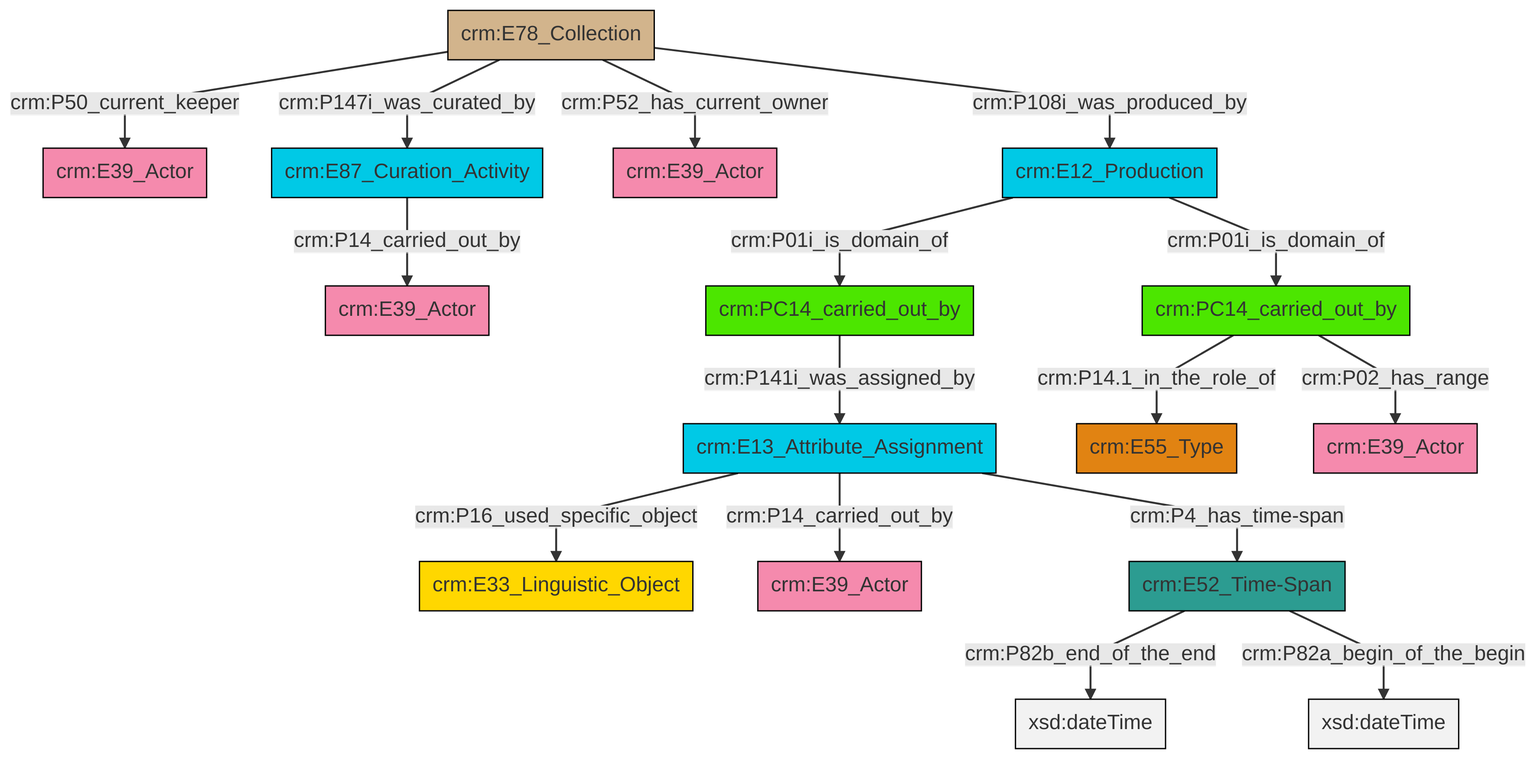
The Mermaid diagram et/archivalCSV/ttl/mmd/png/archival_relation.png in swiss-art-research-net/docs.swissartresearch, before a commit. Its source is kept beside it as et/archivalCSV/ttl/mmd/archival_relation.ttl.mmd.
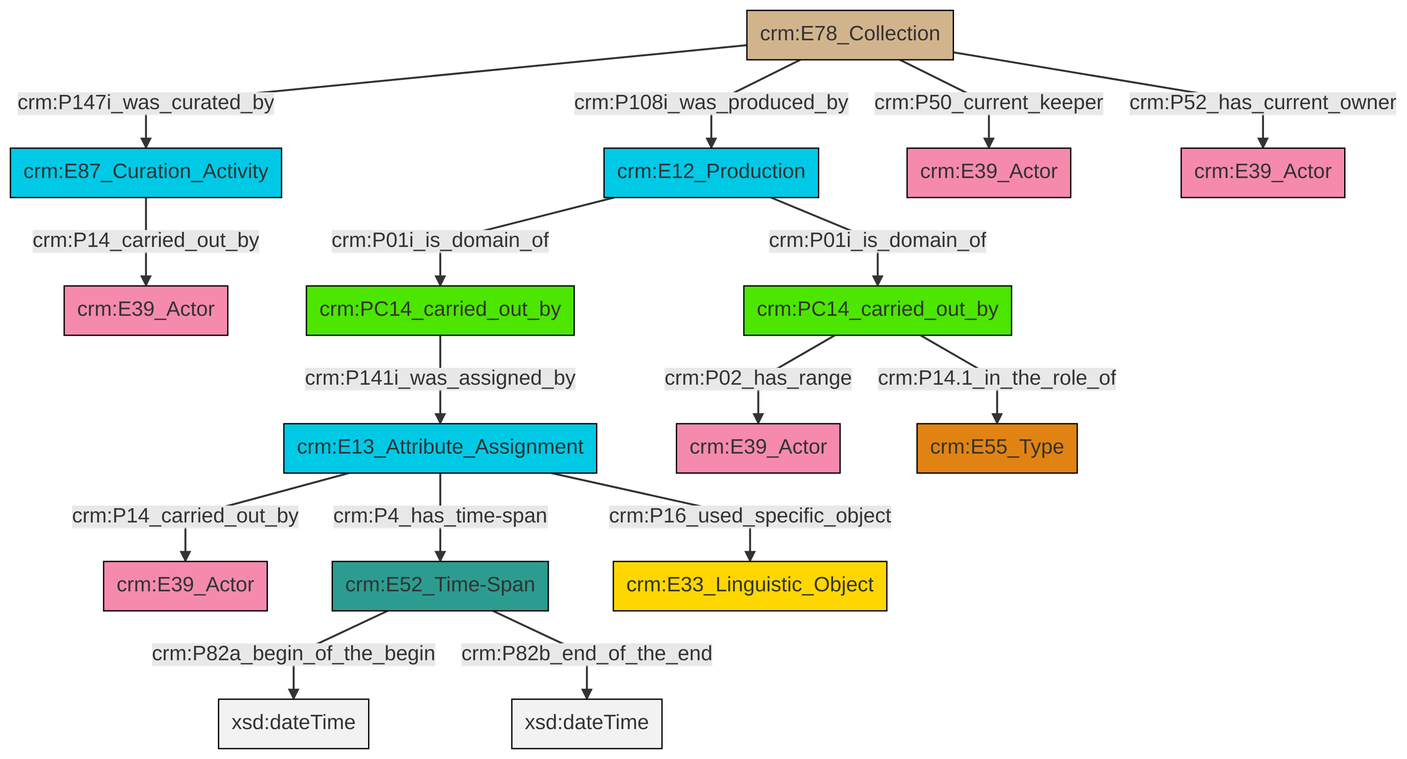
Above is the later version.

Diff of the diagram source:
```diff
@@ -13,18 +13,18 @@
 classDef PC_Classes fill:#4ce600, stroke:#000000;
 classDef Multi fill:#cccccc,stroke:#000000;
 
-2["crm:PC14_carried_out_by"]:::PC_Classes -->|crm:P141i_was_assigned_by| 0["crm:E13_Attribute_Assignment"]:::Temporal_Entity
-7["crm:E78_Collection"]:::Physical_Thing -->|crm:P50_current_keeper| 8["crm:E39_Actor"]:::Actor
-13["crm:E12_Production"]:::Temporal_Entity -->|crm:P01i_is_domain_of| 2["crm:PC14_carried_out_by"]:::PC_Classes
-0["crm:E13_Attribute_Assignment"]:::Temporal_Entity -->|crm:P16_used_specific_object| 14["crm:E33_Linguistic_Object"]:::Conceptual_Object
-13["crm:E12_Production"]:::Temporal_Entity -->|crm:P01i_is_domain_of| 17["crm:PC14_carried_out_by"]:::PC_Classes
-17["crm:PC14_carried_out_by"]:::PC_Classes -->|crm:P14.1_in_the_role_of| 18["crm:E55_Type"]:::Type
-17["crm:PC14_carried_out_by"]:::PC_Classes -->|crm:P02_has_range| 5["crm:E39_Actor"]:::Actor
-9["crm:E52_Time-Span"]:::Time-Span -->|crm:P82b_end_of_the_end| 19[xsd:dateTime]:::Literal
-9["crm:E52_Time-Span"]:::Time-Span -->|crm:P82a_begin_of_the_begin| 22[xsd:dateTime]:::Literal
-0["crm:E13_Attribute_Assignment"]:::Temporal_Entity -->|crm:P14_carried_out_by| 26["crm:E39_Actor"]:::Actor
+0["crm:E13_Attribute_Assignment"]:::Temporal_Entity -->|crm:P14_carried_out_by| 4["crm:E39_Actor"]:::Actor
+7["crm:E87_Curation_Activity"]:::Temporal_Entity -->|crm:P14_carried_out_by| 8["crm:E39_Actor"]:::Actor
+9["crm:E52_Time-Span"]:::Time-Span -->|crm:P82a_begin_of_the_begin| 10[xsd:dateTime]:::Literal
 0["crm:E13_Attribute_Assignment"]:::Temporal_Entity -->|crm:P4_has_time-span| 9["crm:E52_Time-Span"]:::Time-Span
-7["crm:E78_Collection"]:::Physical_Thing -->|crm:P147i_was_curated_by| 20["crm:E87_Curation_Activity"]:::Temporal_Entity
-20["crm:E87_Curation_Activity"]:::Temporal_Entity -->|crm:P14_carried_out_by| 11["crm:E39_Actor"]:::Actor
-7["crm:E78_Collection"]:::Physical_Thing -->|crm:P52_has_current_owner| 3["crm:E39_Actor"]:::Actor
-7["crm:E78_Collection"]:::Physical_Thing -->|crm:P108i_was_produced_by| 13["crm:E12_Production"]:::Temporal_Entity
+2["crm:E78_Collection"]:::Physical_Thing -->|crm:P147i_was_curated_by| 7["crm:E87_Curation_Activity"]:::Temporal_Entity
+12["crm:E12_Production"]:::Temporal_Entity -->|crm:P01i_is_domain_of| 14["crm:PC14_carried_out_by"]:::PC_Classes
+9["crm:E52_Time-Span"]:::Time-Span -->|crm:P82b_end_of_the_end| 15[xsd:dateTime]:::Literal
+14["crm:PC14_carried_out_by"]:::PC_Classes -->|crm:P14.1_in_the_role_of| 17["crm:E55_Type"]:::Type
+12["crm:E12_Production"]:::Temporal_Entity -->|crm:P01i_is_domain_of| 18["crm:PC14_carried_out_by"]:::PC_Classes
+2["crm:E78_Collection"]:::Physical_Thing -->|crm:P50_current_keeper| 20["crm:E39_Actor"]:::Actor
+14["crm:PC14_carried_out_by"]:::PC_Classes -->|crm:P02_has_range| 5["crm:E39_Actor"]:::Actor
+18["crm:PC14_carried_out_by"]:::PC_Classes -->|crm:P141i_was_assigned_by| 0["crm:E13_Attribute_Assignment"]:::Temporal_Entity
+2["crm:E78_Collection"]:::Physical_Thing -->|crm:P52_has_current_owner| 25["crm:E39_Actor"]:::Actor
+2["crm:E78_Collection"]:::Physical_Thing -->|crm:P108i_was_produced_by| 12["crm:E12_Production"]:::Temporal_Entity
+0["crm:E13_Attribute_Assignment"]:::Temporal_Entity -->|crm:P16_used_specific_object| 27["crm:E33_Linguistic_Object"]:::Conceptual_Object
```
